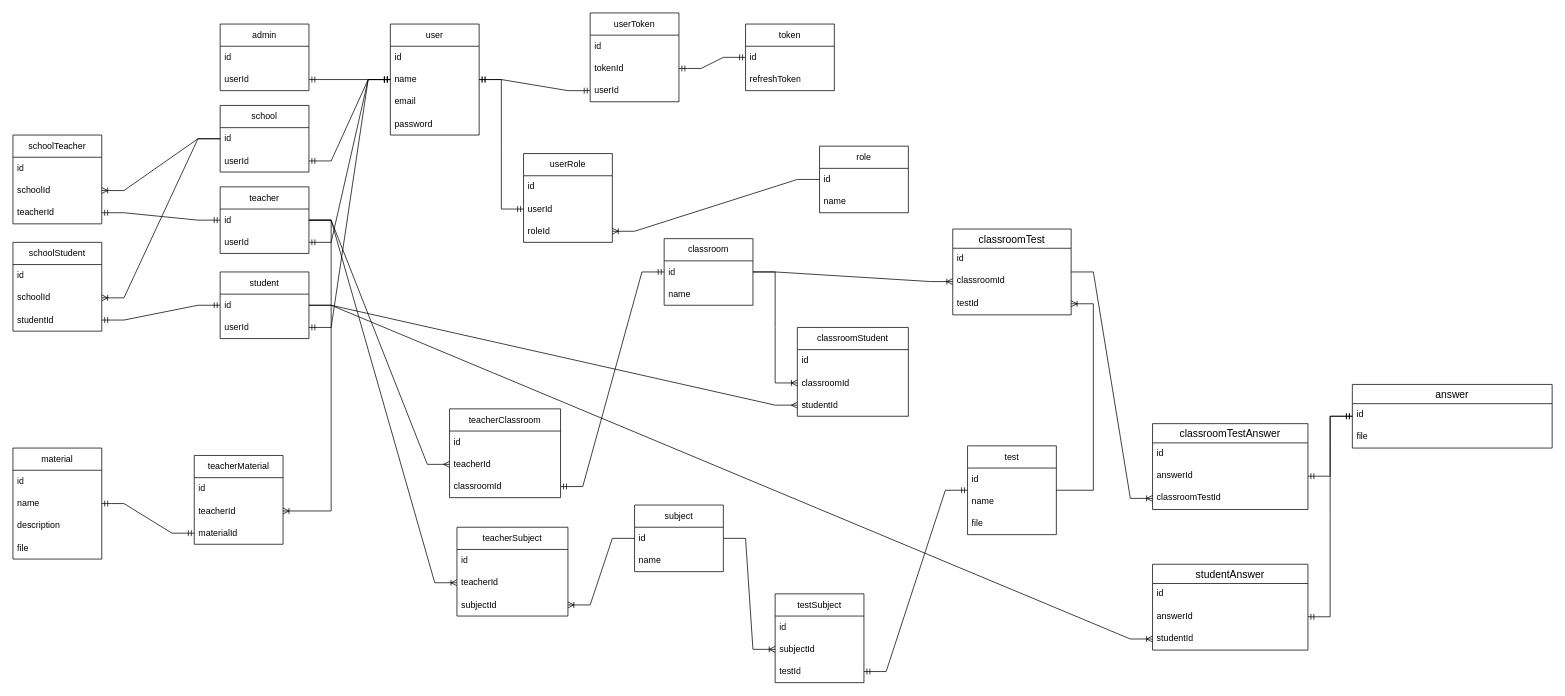
weekkkk/school keeps this draw.io diagram as .diagrams/db.drawio. Above is the earlier version. Source tidied: cells renumbered, new cells numbered last; positions are measured from the earlier drawing's top-left corner, leaving out a move shared by most shapes. Both pictures are drawn from the tidied source at 74%, with x=0, y=0 at pixel (13, 13).
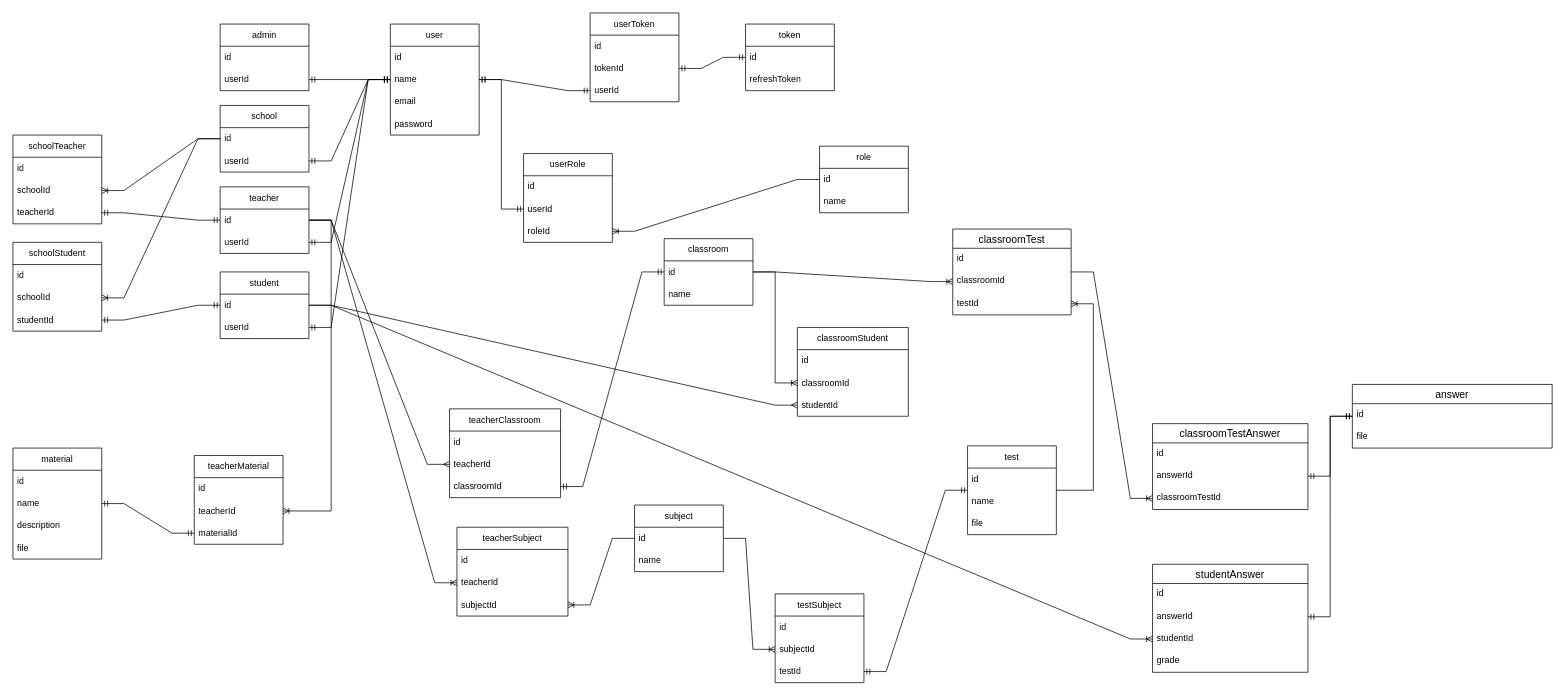
After the change.

Change to the diagram source:
```diff
@@
     <mxCell id="103" value="studentAnswer" style="swimlane;fontStyle=0;horizontal=1;startSize=26;align=center;fontSize=14;" parent="1" vertex="1">
-      <mxGeometry x="1540" y="745" width="210" height="116" as="geometry" />
+      <mxGeometry x="1540" y="745" width="210" height="146" as="geometry" />
     </mxCell>
@@
+    <mxCell id="119" value="grade" style="text;strokeColor=none;fillColor=none;spacingLeft=4;spacingRight=4;overflow=hidden;fontSize=12;whiteSpace=wrap;html=1;" parent="103" vertex="1">
+      <mxGeometry y="116" width="210" height="30" as="geometry" />
+    </mxCell>
```
